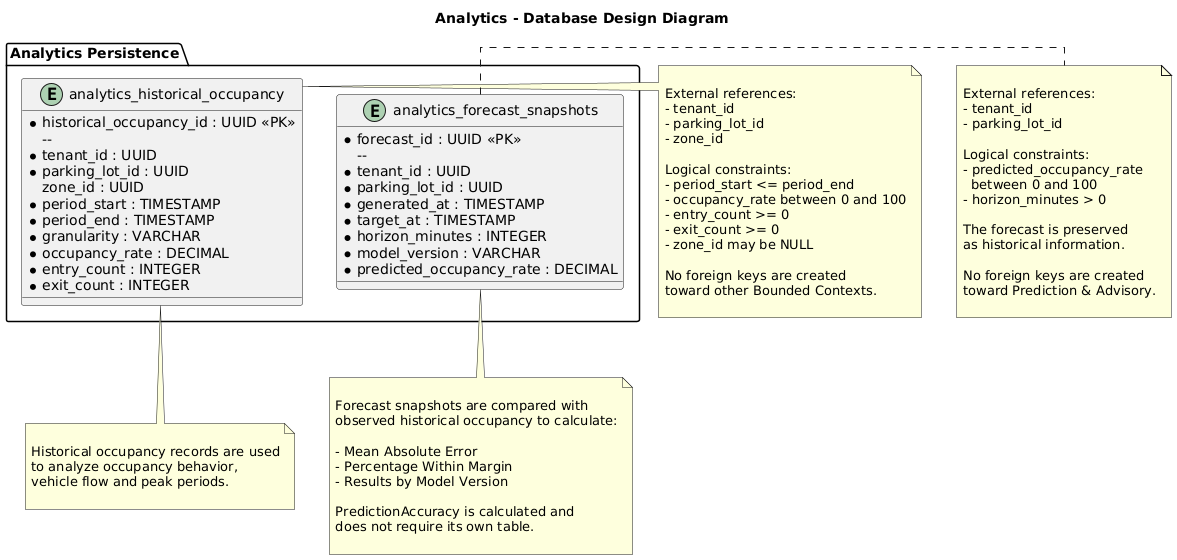
Before: assets/capitulo-05/AnalyticsDatabaseDesignDiagram.png, a diagram exported from PlantUML (1ASI0728-2620-9056-Quadrapp/quadrapp-project-report).
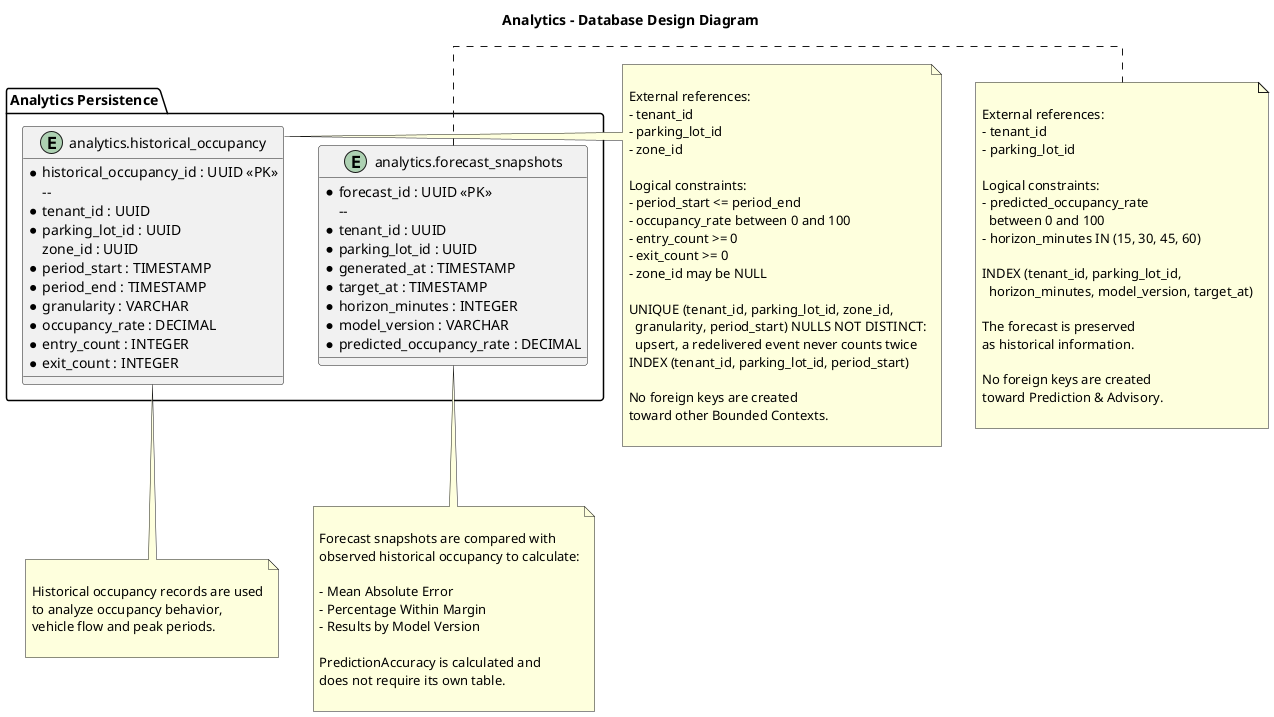
The same file after the commit.

Commit message:
docs(chapter-05): define analytics persistence and endpoints

What changed in the source:
```diff
@@ -11,7 +11,7 @@
 
 package "Analytics Persistence" {
 
-    entity "analytics_historical_occupancy" as historicalOccupancy {
+    entity "analytics.historical_occupancy" as historicalOccupancy {
 
         * historical_occupancy_id : UUID <<PK>>
         --
@@ -27,7 +27,7 @@
     }
 
 
-    entity "analytics_forecast_snapshots" as forecastSnapshots {
+    entity "analytics.forecast_snapshots" as forecastSnapshots {
 
         * forecast_id : UUID <<PK>>
         --
@@ -56,6 +56,11 @@
 - exit_count >= 0
 - zone_id may be NULL
 
+UNIQUE (tenant_id, parking_lot_id, zone_id,
+  granularity, period_start) NULLS NOT DISTINCT:
+  upsert, a redelivered event never counts twice
+INDEX (tenant_id, parking_lot_id, period_start)
+
 No foreign keys are created
 toward other Bounded Contexts.
 
@@ -71,7 +76,10 @@
 Logical constraints:
 - predicted_occupancy_rate
   between 0 and 100
-- horizon_minutes > 0
+- horizon_minutes IN (15, 30, 45, 60)
+
+INDEX (tenant_id, parking_lot_id,
+  horizon_minutes, model_version, target_at)
 
 The forecast is preserved
 as historical information.
```
